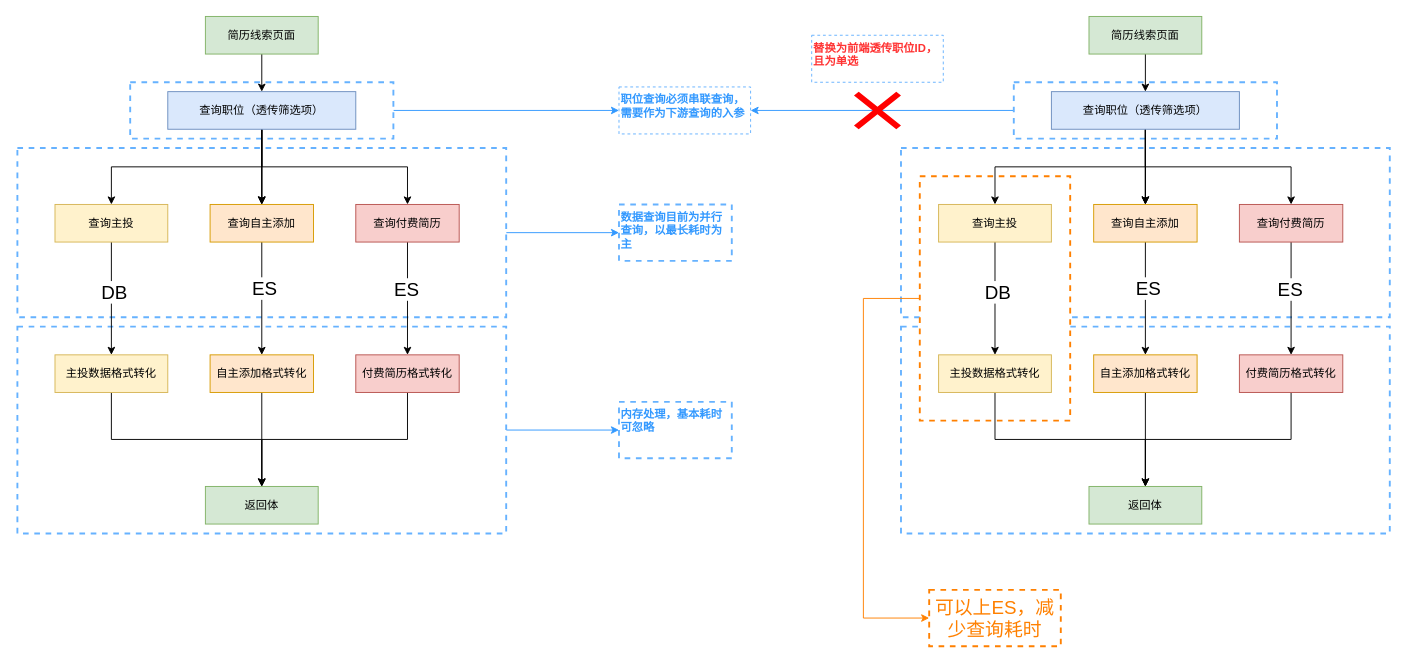
Above: 简历线索索引合并.drawio in LuOyEbY/draw-b (draw.io), before the change. Source tidied: cells renumbered, new cells numbered last; positions are measured from the earlier drawing's top-left corner, leaving out a move shared by most shapes. Both pictures are drawn from the tidied source at 94%, with x=0, y=0 at pixel (17, 16).
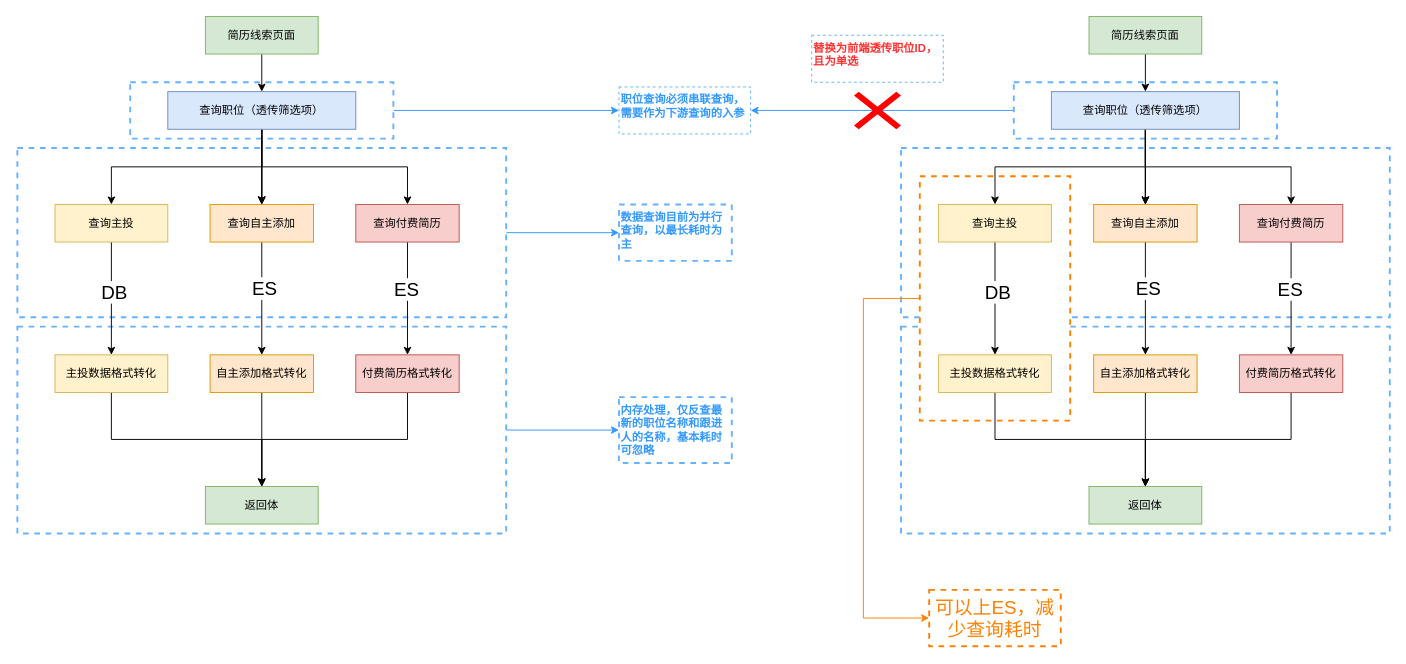
Above is the later version.

Commit message (it also covers changes not shown here):
更新简历线索索引合并.drawio

What changed in the source:
```diff
@@
-    <mxCell id="38" value="内存处理，基本耗时可忽略" style="whiteSpace=wrap;html=1;strokeColor=#66B2FF;rounded=0;dashed=1;strokeWidth=2;align=left;verticalAlign=top;fontColor=#3399FF;fontStyle=1;" parent="1" vertex="1">
-      <mxGeometry x="640" y="410" width="120" height="60" as="geometry" />
+    <mxCell id="38" value="内存处理，仅反查最新的职位名称和跟进人的名称，基本耗时可忽略" style="whiteSpace=wrap;html=1;strokeColor=#66B2FF;rounded=0;dashed=1;strokeWidth=2;align=left;verticalAlign=top;fontColor=#3399FF;fontStyle=1;" parent="1" vertex="1">
+      <mxGeometry x="640" y="405" width="120" height="70" as="geometry" />
     </mxCell>
```
